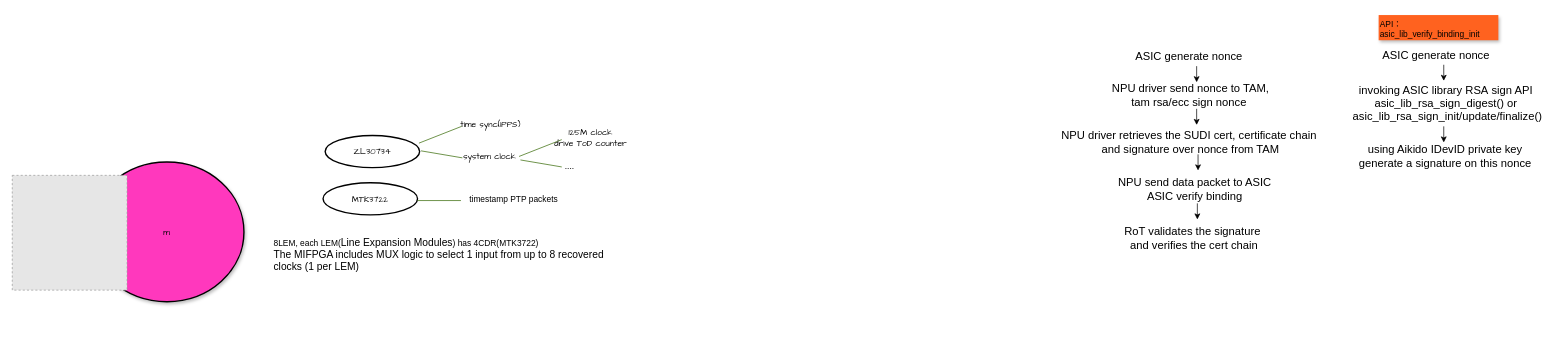
Before: EDCS-23495139-PTP_for_Edelweiss.drawio in kongzhongfeima/draw_io, a draw.io diagram. Source tidied: cells renumbered, new cells numbered last; positions are measured from the earlier drawing's top-left corner, leaving out a move shared by most shapes. Both pictures are drawn from the tidied source at 70%, with x=0, y=0 at pixel (12, 15). Pictures stored in the file or linked from it are replaced by grey dashed boxes.
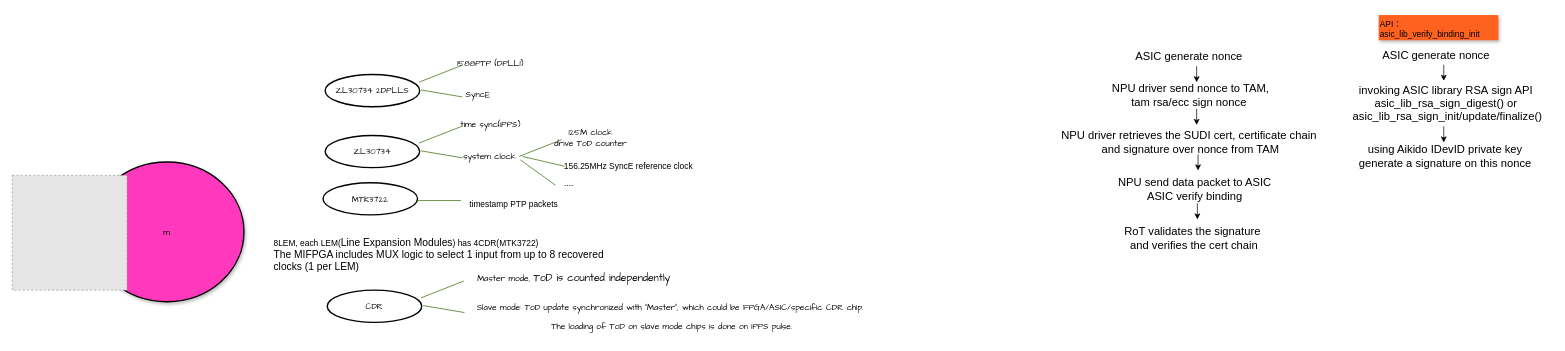
The same diagram, later.

What changed in the source:
```diff
@@
     <mxCell id="27" style="startArrow=none;endArrow=none;segment=10;strokeColor=#336600;rounded=0;fontSize=12;startSize=8;endSize=8;" parent="1" edge="1">
       <mxGeometry relative="1" as="geometry">
-        <mxPoint x="785" y="217" as="sourcePoint" />
+        <mxPoint x="776" y="243" as="sourcePoint" />
         <mxPoint x="726" y="207" as="targetPoint" />
       </mxGeometry>
     </mxCell>
     <mxCell id="28" value="...." style="text;html=1;align=center;verticalAlign=middle;strokeColor=none;fillColor=none;" parent="1" vertex="1">
-      <mxGeometry x="780" y="203" width="31" height="26" as="geometry" />
+      <mxGeometry x="779" y="227" width="31" height="26" as="geometry" />
     </mxCell>
@@
     <mxCell id="31" value="timestamp PTP packets" style="text;html=1;align=center;verticalAlign=middle;strokeColor=none;fillColor=none;" parent="1" vertex="1">
-      <mxGeometry x="643" y="249.5" width="145" height="26" as="geometry" />
+      <mxGeometry x="643" y="257" width="145" height="26" as="geometry" />
     </mxCell>
@@
+    <mxCell id="33" value="&lt;font face=&quot;Comic Sans MS&quot;&gt;CDR&lt;/font&gt;" style="ellipse;whiteSpace=wrap;html=1;align=center;strokeWidth=2;" parent="1" vertex="1">
+      <mxGeometry x="450" y="393" width="135" height="46" as="geometry" />
+    </mxCell>
+    <mxCell id="34" style="startArrow=none;endArrow=none;segment=10;strokeColor=#336600;rounded=0;fontSize=12;startSize=8;endSize=8;" parent="1" edge="1">
+      <mxGeometry relative="1" as="geometry">
+        <mxPoint x="645" y="380" as="sourcePoint" />
+        <mxPoint x="584" y="404" as="targetPoint" />
+      </mxGeometry>
+    </mxCell>
+    <mxCell id="35" value="Master mode,&amp;nbsp;&lt;span style=&quot;font-size:11.0pt;font-family:&lt;br/&gt;&amp;quot;Calibri&amp;quot;,sans-serif;mso-fareast-font-family:Calibri;mso-fareast-theme-font:&lt;br/&gt;minor-latin;mso-ansi-language:EN-US;mso-fareast-language:EN-US;mso-bidi-language:&lt;br/&gt;AR-SA&quot; lang=&quot;EN-US&quot;&gt;ToD is counted independently&lt;/span&gt;" style="text;html=1;align=center;verticalAlign=middle;labelBackgroundColor=none;fontFamily=Comic Sans MS;rotation=0;" parent="34" vertex="1">
+      <mxGeometry x="0.26" relative="1" as="geometry">
+        <mxPoint x="195" y="-20" as="offset" />
+      </mxGeometry>
+    </mxCell>
+    <mxCell id="36" style="startArrow=none;endArrow=none;segment=10;strokeColor=#336600;rounded=0;fontSize=12;startSize=8;endSize=8;" parent="1" edge="1">
+      <mxGeometry relative="1" as="geometry">
+        <mxPoint x="646" y="425" as="sourcePoint" />
+        <mxPoint x="587" y="415" as="targetPoint" />
+      </mxGeometry>
+    </mxCell>
+    <mxCell id="37" value="&lt;p style=&quot;margin-left:72.0pt;text-indent:-18.0pt;mso-list:l0 level2 lfo1&quot; class=&quot;Body&quot;&gt;&lt;span lang=&quot;EN-US&quot;&gt;Slave mode: ToD update synchronized with &quot;Master&quot;, which could be FPGA/ASIC/specific CDR&amp;nbsp;chip.&amp;nbsp;&lt;/span&gt;&lt;/p&gt;&lt;p style=&quot;margin-left:72.0pt;text-indent:-18.0pt;mso-list:l0 level2 lfo1&quot; class=&quot;Body&quot;&gt;&lt;span style=&quot;text-indent: -18pt; background-color: initial;&quot;&gt;The loading of ToD on slave mode chips is done on 1PPS pulse.&lt;/span&gt;&lt;/p&gt;" style="text;html=1;align=center;verticalAlign=middle;labelBackgroundColor=none;fontFamily=Comic Sans MS;rotation=0;" parent="1" vertex="1">
+      <mxGeometry x="907" y="431" as="geometry">
+        <mxPoint x="-2" as="offset" />
+      </mxGeometry>
+    </mxCell>
+    <mxCell id="38" style="startArrow=none;endArrow=none;segment=10;strokeColor=#336600;rounded=0;fontSize=12;startSize=8;endSize=8;" parent="1" edge="1">
+      <mxGeometry relative="1" as="geometry">
+        <mxPoint x="789" y="216" as="sourcePoint" />
+        <mxPoint x="729" y="202" as="targetPoint" />
+      </mxGeometry>
+    </mxCell>
+    <mxCell id="39" value="156.25MHz SyncE reference clock" style="text;html=1;align=center;verticalAlign=middle;strokeColor=none;fillColor=none;" parent="1" vertex="1">
+      <mxGeometry x="779" y="203" width="202" height="26" as="geometry" />
+    </mxCell>
+    <mxCell id="40" value="&lt;font face=&quot;Comic Sans MS&quot;&gt;ZL30734 2DPLLS&lt;/font&gt;" style="ellipse;whiteSpace=wrap;html=1;align=center;strokeWidth=2;" parent="1" vertex="1">
+      <mxGeometry x="447" y="85" width="135" height="46" as="geometry" />
+    </mxCell>
+    <mxCell id="41" style="startArrow=none;endArrow=none;segment=10;strokeColor=#336600;rounded=0;fontSize=12;startSize=8;endSize=8;" parent="1" edge="1">
+      <mxGeometry relative="1" as="geometry">
+        <mxPoint x="642" y="72" as="sourcePoint" />
+        <mxPoint x="581" y="96" as="targetPoint" />
+      </mxGeometry>
+    </mxCell>
+    <mxCell id="42" value="1588PTP (DPLL1)" style="text;html=1;align=center;verticalAlign=middle;labelBackgroundColor=none;fontFamily=Comic Sans MS;rotation=0;" parent="41" vertex="1">
+      <mxGeometry x="0.26" relative="1" as="geometry">
+        <mxPoint x="79" y="-18" as="offset" />
+      </mxGeometry>
+    </mxCell>
+    <mxCell id="43" style="startArrow=none;endArrow=none;segment=10;strokeColor=#336600;rounded=0;fontSize=12;startSize=8;endSize=8;" parent="1" edge="1">
+      <mxGeometry relative="1" as="geometry">
+        <mxPoint x="643" y="117" as="sourcePoint" />
+        <mxPoint x="584" y="107" as="targetPoint" />
+      </mxGeometry>
+    </mxCell>
+    <mxCell id="44" value="SyncE" style="text;html=1;align=center;verticalAlign=middle;labelBackgroundColor=none;fontFamily=Comic Sans MS;rotation=0;" parent="1" vertex="1">
+      <mxGeometry x="664" y="114" as="geometry" />
+    </mxCell>
```
